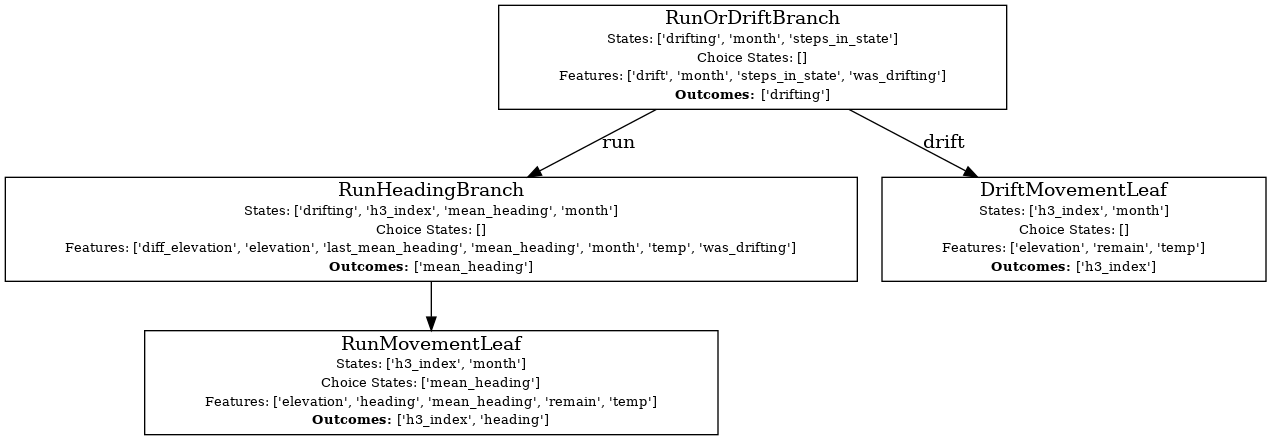
This is pipelines/chinook/RunOrDriftBranch.gv.png from networkearth/mirrorverse, a Graphviz export, as it was before one commit. Its source is kept beside it as pipelines/chinook/RunOrDriftBranch.gv.
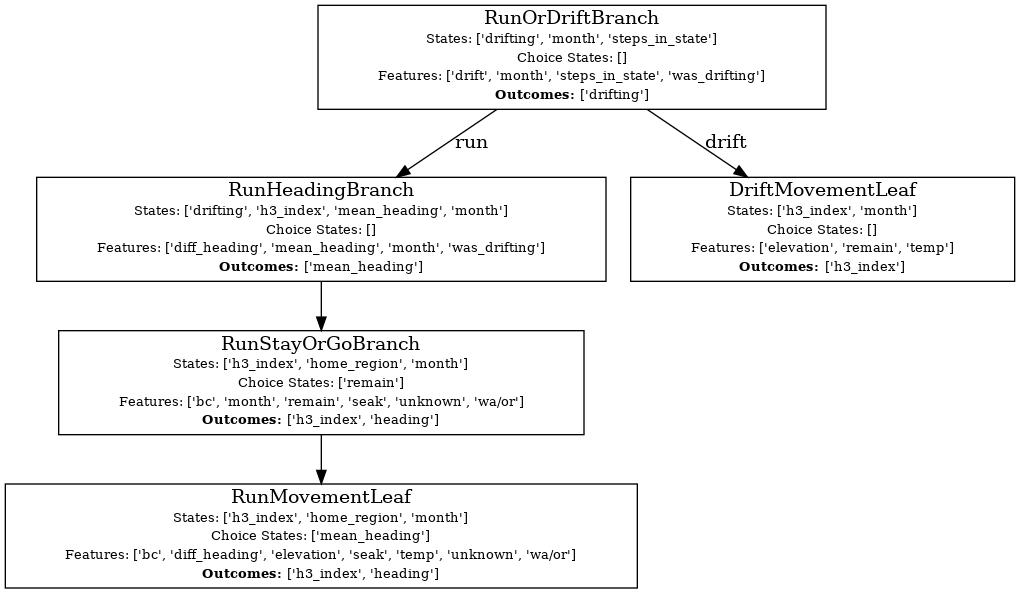
After the change.

Change to the diagram source:
```diff
@@ -17,22 +17,34 @@
         <BR/>
         <FONT POINT-SIZE="10">Choice States: []</FONT>
         <BR/>
-        <FONT POINT-SIZE="10">Features: ['diff_elevation', 'elevation', 'last_mean_heading', 'mean_heading', 'month', 'temp', 'was_drifting']</FONT>
+        <FONT POINT-SIZE="10">Features: ['diff_heading', 'mean_heading', 'month', 'was_drifting']</FONT>
         <BR/>
         <FONT POINT-SIZE="10"><B>Outcomes:</B> ['mean_heading']</FONT>
+        > shape=box]
+	RunStayOrGoBranch [label=<
+        <FONT>RunStayOrGoBranch</FONT>
+        <BR/>
+        <FONT POINT-SIZE="10">States: ['h3_index', 'home_region', 'month']</FONT>
+        <BR/>
+        <FONT POINT-SIZE="10">Choice States: ['remain']</FONT>
+        <BR/>
+        <FONT POINT-SIZE="10">Features: ['bc', 'month', 'remain', 'seak', 'unknown', 'wa/or']</FONT>
+        <BR/>
+        <FONT POINT-SIZE="10"><B>Outcomes:</B> ['h3_index', 'heading']</FONT>
         > shape=box]
 	RunMovementLeaf [label=<
         <FONT>RunMovementLeaf</FONT>
         <BR/>
-        <FONT POINT-SIZE="10">States: ['h3_index', 'month']</FONT>
+        <FONT POINT-SIZE="10">States: ['h3_index', 'home_region', 'month']</FONT>
         <BR/>
         <FONT POINT-SIZE="10">Choice States: ['mean_heading']</FONT>
         <BR/>
-        <FONT POINT-SIZE="10">Features: ['elevation', 'heading', 'mean_heading', 'remain', 'temp']</FONT>
+        <FONT POINT-SIZE="10">Features: ['bc', 'diff_heading', 'elevation', 'seak', 'temp', 'unknown', 'wa/or']</FONT>
         <BR/>
         <FONT POINT-SIZE="10"><B>Outcomes:</B> ['h3_index', 'heading']</FONT>
         > shape=box]
-	RunHeadingBranch -> RunMovementLeaf
+	RunStayOrGoBranch -> RunMovementLeaf
+	RunHeadingBranch -> RunStayOrGoBranch
 	RunOrDriftBranch -> RunHeadingBranch [label=run]
 	DriftMovementLeaf [label=<
         <FONT>DriftMovementLeaf</FONT>
```
